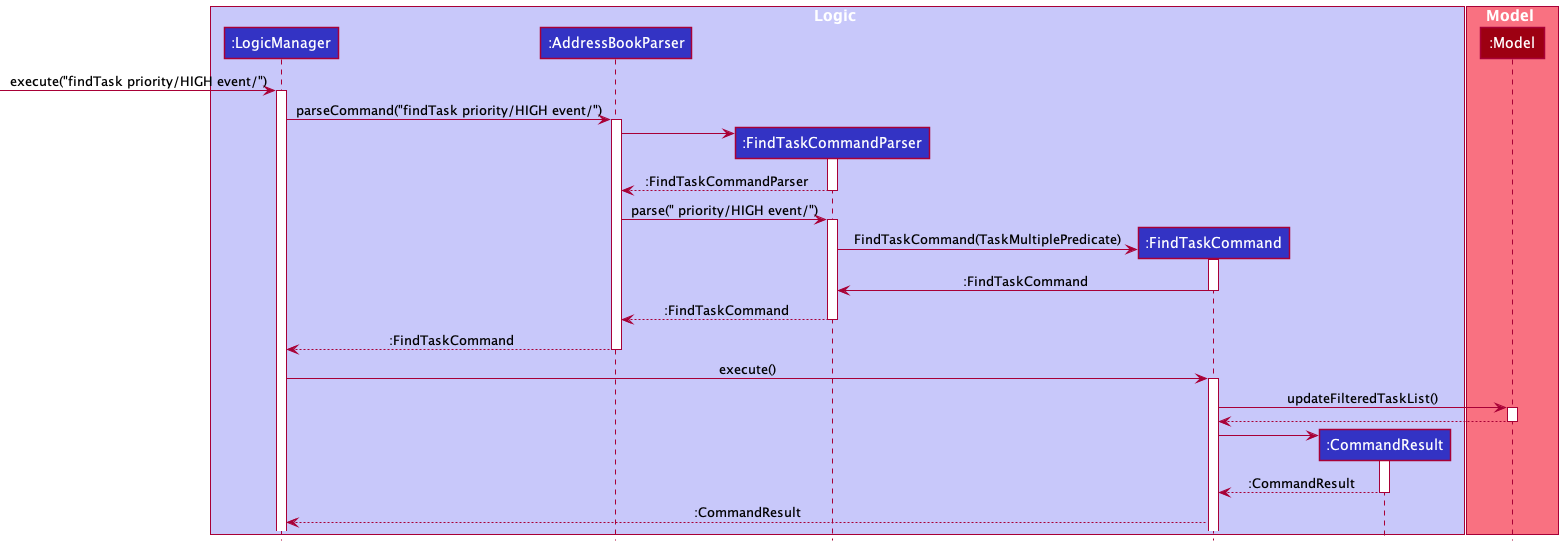
The PlantUML diagram docs/images/FindTaskCommandSequenceDiagram.png in nus-cs2103-AY2122S2/tp, before a commit. Source of this version:
```plantuml
@startuml
!include style.puml

box Logic LOGIC_COLOR_T1
participant ":LogicManager" as LogicManager LOGIC_COLOR
participant ":AddressBookParser" as AddressBookParser LOGIC_COLOR
participant ":FindTaskCommandParser" as FindTaskCommandParser LOGIC_COLOR
participant ":FindTaskCommand" as FindTaskCommand LOGIC_COLOR
participant ":CommandResult" as CommandResult LOGIC_COLOR
end box

box Model MODEL_COLOR_T1
participant ":Model" as Model MODEL_COLOR
end box

[-> LogicManager : execute("findTask priority/HIGH event/")
activate LogicManager

LogicManager -> AddressBookParser : parseCommand("findTask priority/HIGH event/")
activate AddressBookParser

create FindTaskCommandParser
AddressBookParser -> FindTaskCommandParser
activate FindTaskCommandParser
FindTaskCommandParser --> AddressBookParser : :FindTaskCommandParser
deactivate FindTaskCommandParser

AddressBookParser -> FindTaskCommandParser : parse(" priority/HIGH event/")
activate FindTaskCommandParser

create FindTaskCommand
FindTaskCommandParser -> FindTaskCommand : FindTaskCommand(TaskMultiplePredicate)
activate FindTaskCommand
FindTaskCommand -> FindTaskCommandParser : :FindTaskCommand
deactivate FindTaskCommand

FindTaskCommandParser --> AddressBookParser : :FindTaskCommand
deactivate FindTaskCommandParser

AddressBookParser --> LogicManager : :FindTaskCommand
deactivate AddressBookParser

LogicManager -> FindTaskCommand : execute()
activate FindTaskCommand

FindTaskCommand -> Model : updateFilteredTaskList()
activate Model

Model --> FindTaskCommand
deactivate Model

create CommandResult
FindTaskCommand -> CommandResult
activate CommandResult

CommandResult --> FindTaskCommand : :CommandResult
deactivate CommandResult

FindTaskCommand --> LogicManager : :CommandResult
@enduml
```
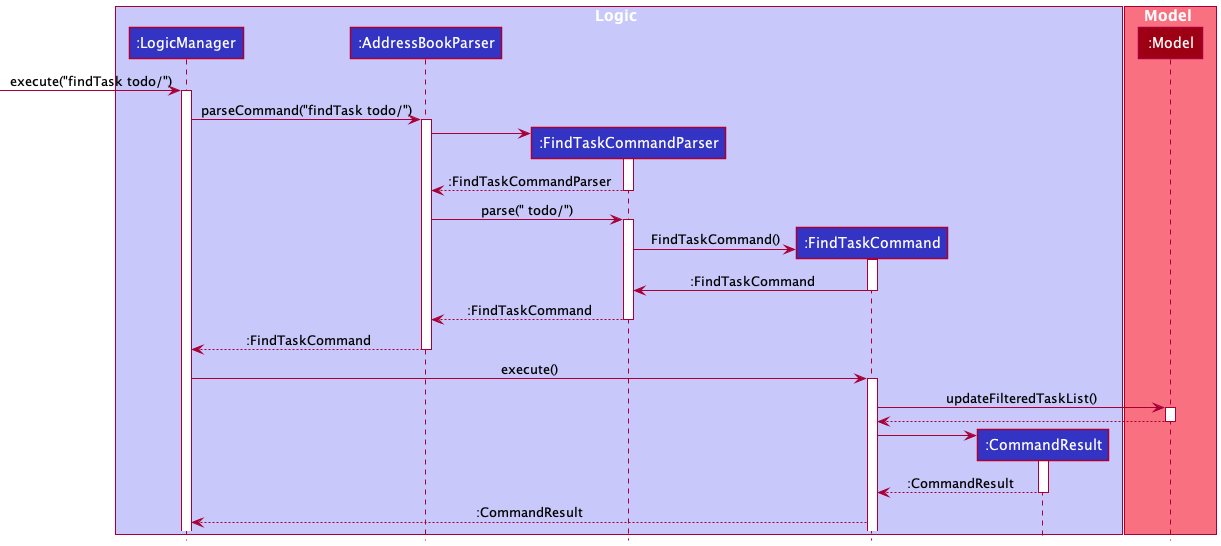
Later version of the same file.

Commit message:
Change UML Sequence diagram

The edit, as a diff of the source:
```diff
@@ -13,10 +13,10 @@
 participant ":Model" as Model MODEL_COLOR
 end box
 
-[-> LogicManager : execute("findTask priority/HIGH event/")
+[-> LogicManager : execute("findTask todo/")
 activate LogicManager
 
-LogicManager -> AddressBookParser : parseCommand("findTask priority/HIGH event/")
+LogicManager -> AddressBookParser : parseCommand("findTask todo/")
 activate AddressBookParser
 
 create FindTaskCommandParser
@@ -25,11 +25,11 @@
 FindTaskCommandParser --> AddressBookParser : :FindTaskCommandParser
 deactivate FindTaskCommandParser
 
-AddressBookParser -> FindTaskCommandParser : parse(" priority/HIGH event/")
+AddressBookParser -> FindTaskCommandParser : parse(" todo/")
 activate FindTaskCommandParser
 
 create FindTaskCommand
-FindTaskCommandParser -> FindTaskCommand : FindTaskCommand(TaskMultiplePredicate)
+FindTaskCommandParser -> FindTaskCommand : FindTaskCommand()
 activate FindTaskCommand
 FindTaskCommand -> FindTaskCommandParser : :FindTaskCommand
 deactivate FindTaskCommand
```
